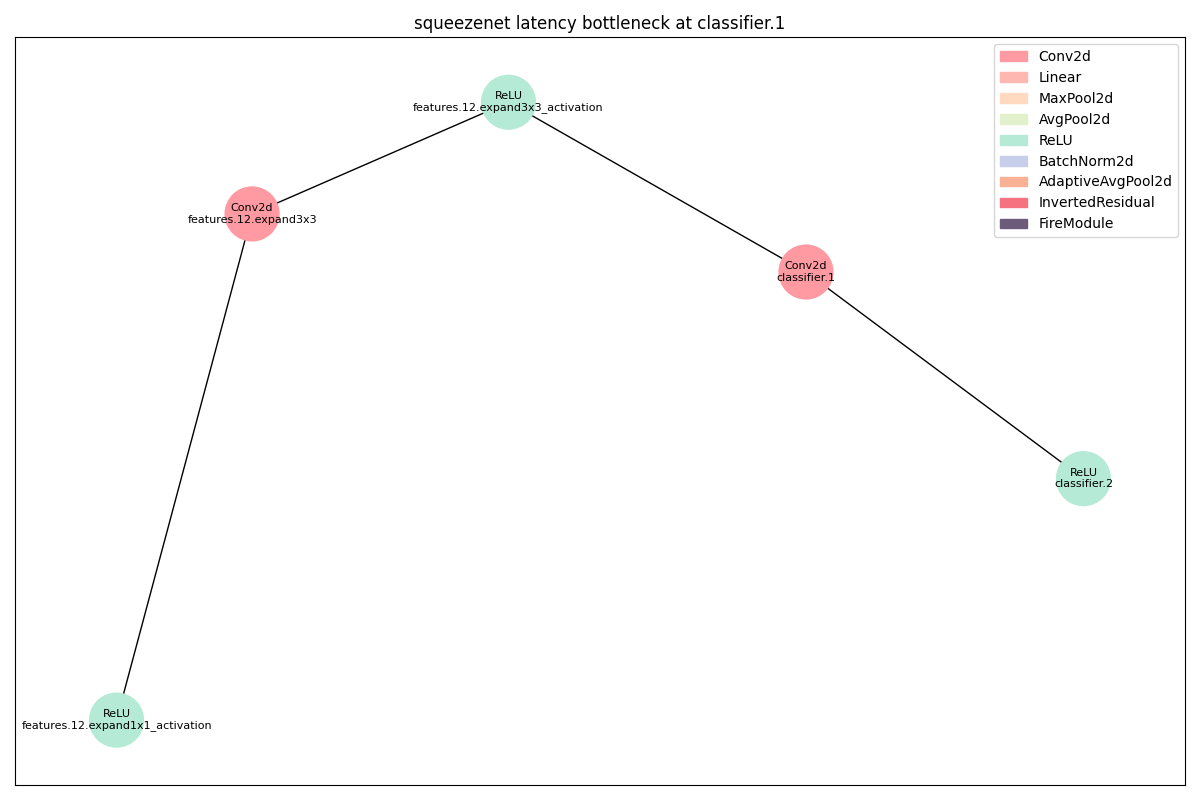
Earlier version of the Graphviz export dags/squeezenet_latency_classifier_1_op.png (11222-Meng/DNN_Bottlen_Layer_Analysis). Its source is kept beside it as dags/squeezenet_latency_classifier_1_op.dot.
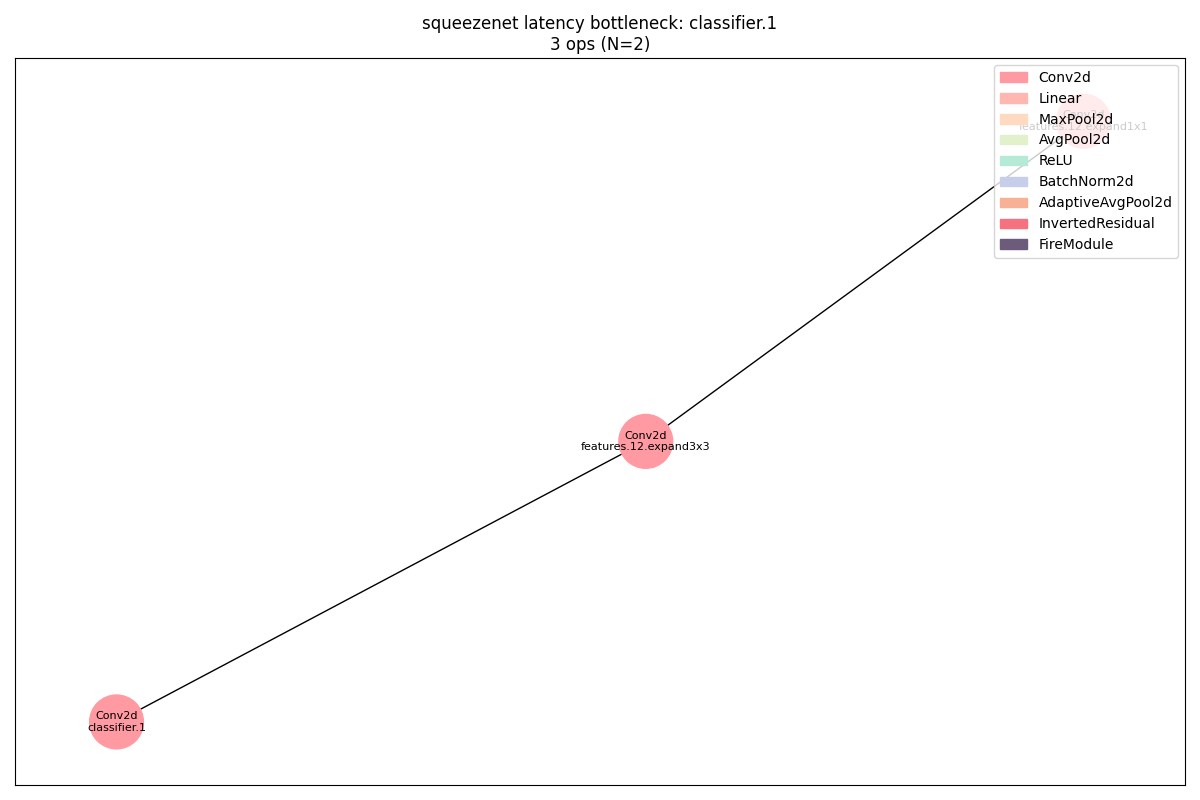
Later version of the same file.

Change to the diagram source:
```diff
@@ -1,26 +1,16 @@
 strict digraph "" {
-	ReLU_0	[color="#B5EAD7",
-		layer_name="features.12.expand1x1_activation",
-		params=0,
-		type=ReLU];
 	Conv2d_0	[color="#FF9AA2",
+		layer_name="features.12.expand1x1",
+		params=16640,
+		type=Conv2d];
+	Conv2d_1	[color="#FF9AA2",
 		layer_name="features.12.expand3x3",
 		params=147712,
 		type=Conv2d];
-	ReLU_0 -> Conv2d_0;
-	ReLU_1	[color="#B5EAD7",
-		layer_name="features.12.expand3x3_activation",
-		params=0,
-		type=ReLU];
-	Conv2d_0 -> ReLU_1;
-	Conv2d_1	[color="#FF9AA2",
+	Conv2d_0 -> Conv2d_1;
+	Conv2d_2	[color="#FF9AA2",
 		layer_name="classifier.1",
 		params=513000,
 		type=Conv2d];
-	ReLU_1 -> Conv2d_1;
-	ReLU_2	[color="#B5EAD7",
-		layer_name="classifier.2",
-		params=0,
-		type=ReLU];
-	Conv2d_1 -> ReLU_2;
+	Conv2d_1 -> Conv2d_2;
 }
```
